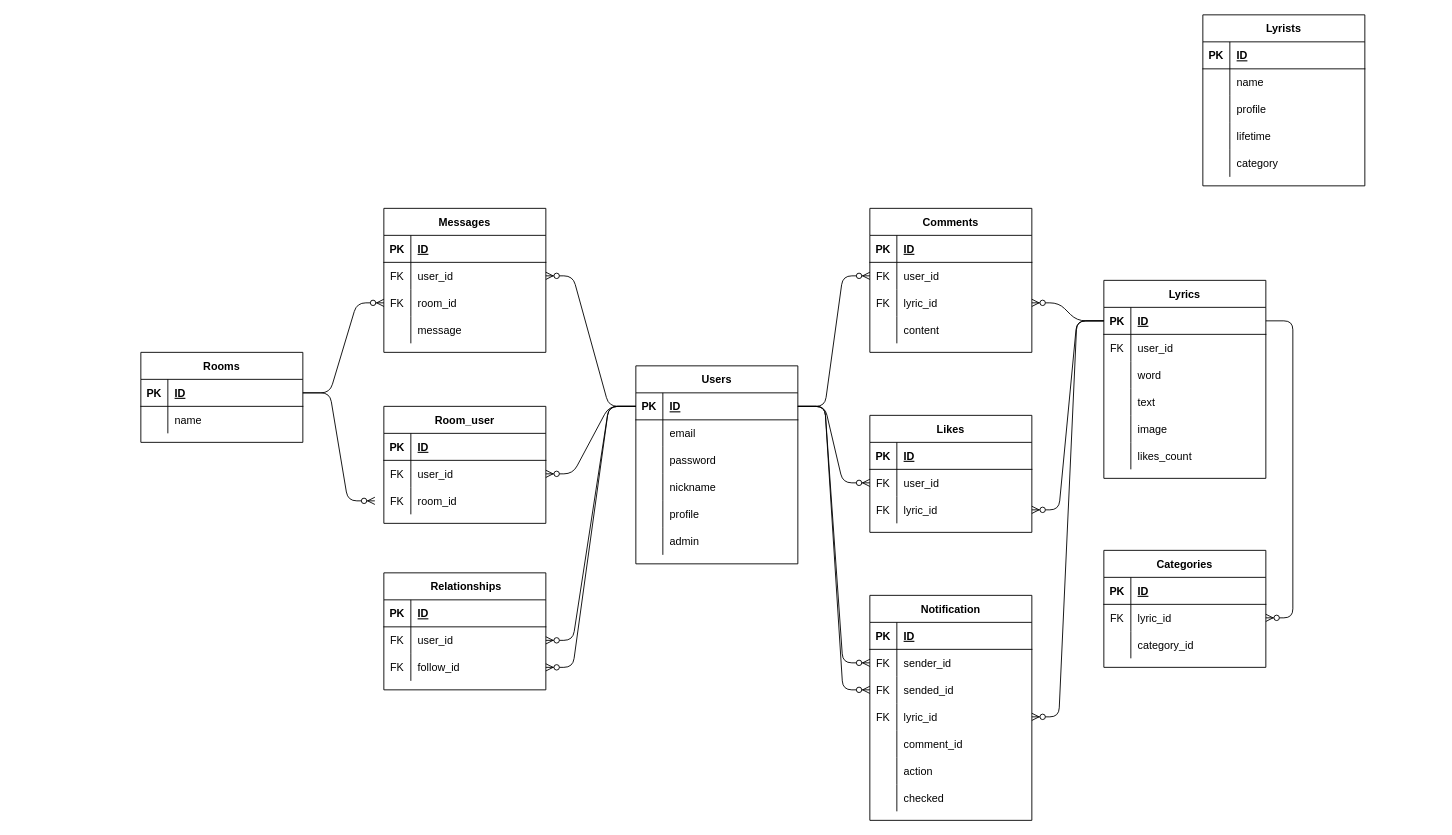
This is lyricomic.dio from fmnature/lyricomic, a draw.io file, before an edit. Source tidied: cells renumbered, new cells numbered last; positions are measured from the earlier drawing's top-left corner, leaving out a move shared by most shapes. Both pictures are drawn from the tidied source at 90%, with x=0, y=0 at pixel (140, 14).
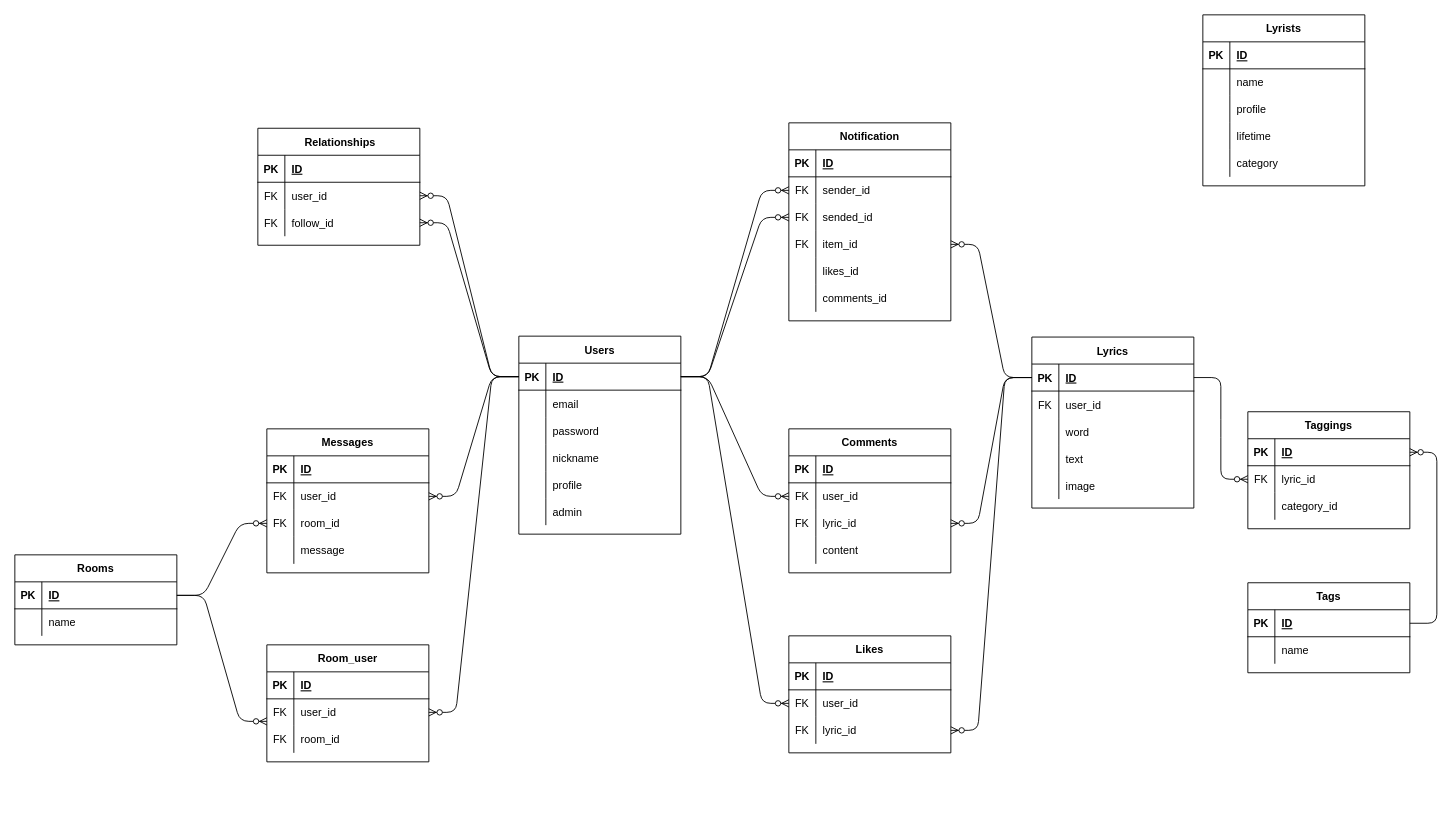
The same diagram, later.

Unchanged cells that the change refers to:
```xml
<mxCell id="54" style="shape=partialRectangle;fillColor=none;top=0;left=0;bottom=1;right=0;points=[[0,0.5],[1,0.5]];portConstraint=eastwest;" parent="53" vertex="1">
  <mxGeometry y="30" width="180" height="30" as="geometry" />
</mxCell>
<mxCell id="83" style="shape=partialRectangle;fillColor=none;top=0;left=0;bottom=0;right=0;points=[[0,0.5],[1,0.5]];portConstraint=eastwest;" parent="73" vertex="1">
  <mxGeometry y="120" width="180" height="30" as="geometry" />
</mxCell>
<mxCell id="114" style="shape=partialRectangle;fillColor=none;top=0;left=0;bottom=1;right=0;points=[[0,0.5],[1,0.5]];portConstraint=eastwest;" parent="113" vertex="1">
  <mxGeometry y="30" width="180" height="30" as="geometry" />
</mxCell>
```

The edit, as a diff of the source:
```diff
@@
     <mxCell id="2" value="Users" style="shape=table;startSize=30;childLayout=tableLayout;rowLines=0;fontStyle=1;align=center;" parent="1" vertex="1">
-      <mxGeometry x="550" y="390" width="180" height="220" as="geometry" />
+      <mxGeometry x="420" y="357" width="180" height="220" as="geometry" />
     </mxCell>
@@
     <mxCell id="21" value="Lyrics" style="shape=table;startSize=30;childLayout=tableLayout;rowLines=0;fontStyle=1;align=center;" parent="1" vertex="1">
-      <mxGeometry x="1070" y="295" width="180" height="220" as="geometry" />
+      <mxGeometry x="990" y="358" width="180" height="190" as="geometry" />
     </mxCell>
@@
-    <mxCell id="37" style="shape=partialRectangle;fillColor=none;top=0;left=0;bottom=0;right=0;" parent="21" vertex="1">
-      <mxGeometry y="180" width="180" height="30" as="geometry" />
-    </mxCell>
-    <mxCell id="38" style="shape=partialRectangle;fillColor=none;top=0;left=0;bottom=0;right=0;overflow=hidden;" parent="37" vertex="1">
-      <mxGeometry width="30" height="30" as="geometry" />
-    </mxCell>
-    <mxCell id="39" value="likes_count" style="shape=partialRectangle;fillColor=none;top=0;left=0;bottom=0;right=0;align=left;spacingLeft=6;overflow=hidden;" parent="37" vertex="1">
-      <mxGeometry x="30" width="150" height="30" as="geometry" />
-    </mxCell>
     <mxCell id="40" value="Comments" style="shape=table;startSize=30;childLayout=tableLayout;rowLines=0;fontStyle=1;align=center;" parent="1" vertex="1">
-      <mxGeometry x="810" y="215" width="180" height="160" as="geometry" />
+      <mxGeometry x="720" y="460" width="180" height="160" as="geometry" />
     </mxCell>
@@
-    <mxCell id="53" value="Categories" style="shape=table;startSize=30;childLayout=tableLayout;rowLines=0;fontStyle=1;align=center;" parent="1" vertex="1">
-      <mxGeometry x="1070" y="595" width="180" height="130" as="geometry" />
+    <mxCell id="53" value="Taggings" style="shape=table;startSize=30;childLayout=tableLayout;rowLines=0;fontStyle=1;align=center;" parent="1" vertex="1">
+      <mxGeometry x="1230" y="441" width="180" height="130" as="geometry" />
     </mxCell>
@@
     <mxCell id="63" value="Likes" style="shape=table;startSize=30;childLayout=tableLayout;rowLines=0;fontStyle=1;align=center;" parent="1" vertex="1">
-      <mxGeometry x="810" y="445" width="180" height="130" as="geometry" />
+      <mxGeometry x="720" y="690" width="180" height="130" as="geometry" />
     </mxCell>
@@
     <mxCell id="73" value="Notification" style="shape=table;startSize=30;childLayout=tableLayout;rowLines=0;fontStyle=1;align=center;" parent="1" vertex="1">
-      <mxGeometry x="810" y="645" width="180" height="250" as="geometry" />
+      <mxGeometry x="720" y="120" width="180" height="220" as="geometry" />
     </mxCell>
@@
-    <mxCell id="85" value="lyric_id" style="shape=partialRectangle;fillColor=none;top=0;left=0;bottom=0;right=0;align=left;spacingLeft=6;fontStyle=0;overflow=hidden;" parent="83" vertex="1">
+    <mxCell id="85" value="item_id" style="shape=partialRectangle;fillColor=none;top=0;left=0;bottom=0;right=0;align=left;spacingLeft=6;fontStyle=0;overflow=hidden;" parent="83" vertex="1">
       <mxGeometry x="30" width="150" height="30" as="geometry" />
     </mxCell>
+    <mxCell id="165" style="shape=partialRectangle;fillColor=none;top=0;left=0;bottom=0;right=0;" parent="73" vertex="1">
+      <mxGeometry y="150" width="180" height="30" as="geometry" />
+    </mxCell>
+    <mxCell id="166" style="shape=partialRectangle;fillColor=none;top=0;left=0;bottom=0;right=0;overflow=hidden;" parent="165" vertex="1">
+      <mxGeometry width="30" height="30" as="geometry" />
+    </mxCell>
+    <mxCell id="167" value="likes_id" style="shape=partialRectangle;fillColor=none;top=0;left=0;bottom=0;right=0;align=left;spacingLeft=6;overflow=hidden;" parent="165" vertex="1">
+      <mxGeometry x="30" width="150" height="30" as="geometry" />
+    </mxCell>
     <mxCell id="86" style="shape=partialRectangle;fillColor=none;top=0;left=0;bottom=0;right=0;" parent="73" vertex="1">
-      <mxGeometry y="150" width="180" height="30" as="geometry" />
+      <mxGeometry y="180" width="180" height="30" as="geometry" />
     </mxCell>
@@
-    <mxCell id="88" value="comment_id" style="shape=partialRectangle;fillColor=none;top=0;left=0;bottom=0;right=0;align=left;spacingLeft=6;overflow=hidden;" parent="86" vertex="1">
+    <mxCell id="88" value="comments_id" style="shape=partialRectangle;fillColor=none;top=0;left=0;bottom=0;right=0;align=left;spacingLeft=6;overflow=hidden;" parent="86" vertex="1">
       <mxGeometry x="30" width="150" height="30" as="geometry" />
     </mxCell>
-    <mxCell id="89" style="shape=partialRectangle;fillColor=none;top=0;left=0;bottom=0;right=0;" parent="73" vertex="1">
-      <mxGeometry y="180" width="180" height="30" as="geometry" />
-    </mxCell>
-    <mxCell id="90" style="shape=partialRectangle;fillColor=none;top=0;left=0;bottom=0;right=0;overflow=hidden;" parent="89" vertex="1">
-      <mxGeometry width="30" height="30" as="geometry" />
-    </mxCell>
-    <mxCell id="91" value="action" style="shape=partialRectangle;fillColor=none;top=0;left=0;bottom=0;right=0;align=left;spacingLeft=6;overflow=hidden;" parent="89" vertex="1">
-      <mxGeometry x="30" width="150" height="30" as="geometry" />
-    </mxCell>
-    <mxCell id="92" style="shape=partialRectangle;fillColor=none;top=0;left=0;bottom=0;right=0;" parent="73" vertex="1">
-      <mxGeometry y="210" width="180" height="30" as="geometry" />
-    </mxCell>
-    <mxCell id="93" style="shape=partialRectangle;fillColor=none;top=0;left=0;bottom=0;right=0;overflow=hidden;" parent="92" vertex="1">
-      <mxGeometry width="30" height="30" as="geometry" />
-    </mxCell>
-    <mxCell id="94" value="checked" style="shape=partialRectangle;fillColor=none;top=0;left=0;bottom=0;right=0;align=left;spacingLeft=6;overflow=hidden;" parent="92" vertex="1">
-      <mxGeometry x="30" width="150" height="30" as="geometry" />
-    </mxCell>
     <mxCell id="95" value=" Relationships" style="shape=table;startSize=30;childLayout=tableLayout;rowLines=0;fontStyle=1;align=center;" parent="1" vertex="1">
-      <mxGeometry x="270" y="620" width="180" height="130" as="geometry" />
+      <mxGeometry x="130" y="126" width="180" height="130" as="geometry" />
     </mxCell>
@@
     <mxCell id="113" value="Rooms" style="shape=table;startSize=30;childLayout=tableLayout;rowLines=0;fontStyle=1;align=center;" parent="1" vertex="1">
-      <mxGeometry y="375" width="180" height="100" as="geometry" />
+      <mxGeometry x="-140" y="600" width="180" height="100" as="geometry" />
     </mxCell>
@@
     <mxCell id="120" value="Messages" style="shape=table;startSize=30;childLayout=tableLayout;rowLines=0;fontStyle=1;align=center;" parent="1" vertex="1">
-      <mxGeometry x="270" y="215" width="180" height="160" as="geometry" />
+      <mxGeometry x="140" y="460" width="180" height="160" as="geometry" />
     </mxCell>
@@
     <mxCell id="133" value="Room_user" style="shape=table;startSize=30;childLayout=tableLayout;rowLines=0;fontStyle=1;align=center;" parent="1" vertex="1">
-      <mxGeometry x="270" y="435" width="180" height="130" as="geometry" />
+      <mxGeometry x="140" y="700" width="180" height="130" as="geometry" />
     </mxCell>
@@
     <mxCell id="145" style="edgeStyle=entityRelationEdgeStyle;fontSize=12;html=1;endArrow=ERzeroToMany;endFill=1;exitX=1;exitY=0.5;exitDx=0;exitDy=0;" parent="1" edge="1" source="114">
       <mxGeometry relative="1" as="geometry">
-        <mxPoint x="260" y="540" as="targetPoint" />
+        <mxPoint x="140" y="785" as="targetPoint" />
       </mxGeometry>
     </mxCell>
@@
+    <mxCell id="168" value="Tags" style="shape=table;startSize=30;childLayout=tableLayout;rowLines=0;fontStyle=1;align=center;" parent="1" vertex="1">
+      <mxGeometry x="1230" y="631" width="180" height="100" as="geometry" />
+    </mxCell>
+    <mxCell id="169" style="shape=partialRectangle;fillColor=none;top=0;left=0;bottom=1;right=0;points=[[0,0.5],[1,0.5]];portConstraint=eastwest;" parent="168" vertex="1">
+      <mxGeometry y="30" width="180" height="30" as="geometry" />
+    </mxCell>
+    <mxCell id="170" value="PK" style="shape=partialRectangle;fillColor=none;top=0;left=0;bottom=0;right=0;fontStyle=1;overflow=hidden;" parent="169" vertex="1">
+      <mxGeometry width="30" height="30" as="geometry" />
+    </mxCell>
+    <mxCell id="171" value="ID" style="shape=partialRectangle;fillColor=none;top=0;left=0;bottom=0;right=0;align=left;spacingLeft=6;fontStyle=5;overflow=hidden;" parent="169" vertex="1">
+      <mxGeometry x="30" width="150" height="30" as="geometry" />
+    </mxCell>
+    <mxCell id="172" style="shape=partialRectangle;fillColor=none;top=0;left=0;bottom=0;right=0;" parent="168" vertex="1">
+      <mxGeometry y="60" width="180" height="30" as="geometry" />
+    </mxCell>
+    <mxCell id="173" style="shape=partialRectangle;fillColor=none;top=0;left=0;bottom=0;right=0;overflow=hidden;" parent="172" vertex="1">
+      <mxGeometry width="30" height="30" as="geometry" />
+    </mxCell>
+    <mxCell id="174" value="name" style="shape=partialRectangle;fillColor=none;top=0;left=0;bottom=0;right=0;align=left;spacingLeft=6;overflow=hidden;" parent="172" vertex="1">
+      <mxGeometry x="30" width="150" height="30" as="geometry" />
+    </mxCell>
+    <mxCell id="175" style="edgeStyle=entityRelationEdgeStyle;fontSize=12;html=1;endArrow=ERzeroToMany;endFill=1;entryX=1;entryY=0.5;entryDx=0;entryDy=0;exitX=1;exitY=0.5;exitDx=0;exitDy=0;" parent="1" edge="1" source="169" target="54">
+      <mxGeometry relative="1" as="geometry" />
+    </mxCell>
```
